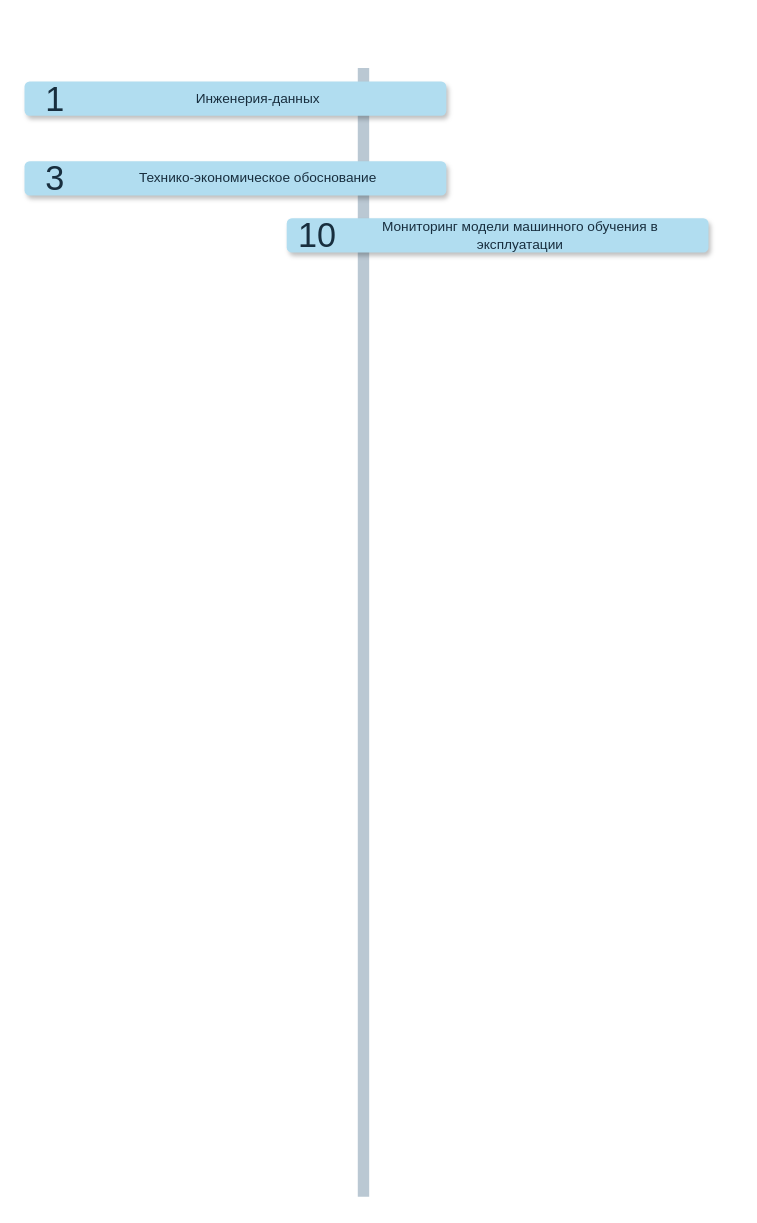
This is Этап Прогнозирования.drawio from RuslanKudarov/diagrams, a draw.io file, before an edit. Source tidied: cells renumbered, new cells numbered last; positions are measured from the earlier drawing's top-left corner, leaving out a move shared by most shapes. Both pictures are drawn from the tidied source at 114%, with x=0, y=0 at pixel (24, 67).
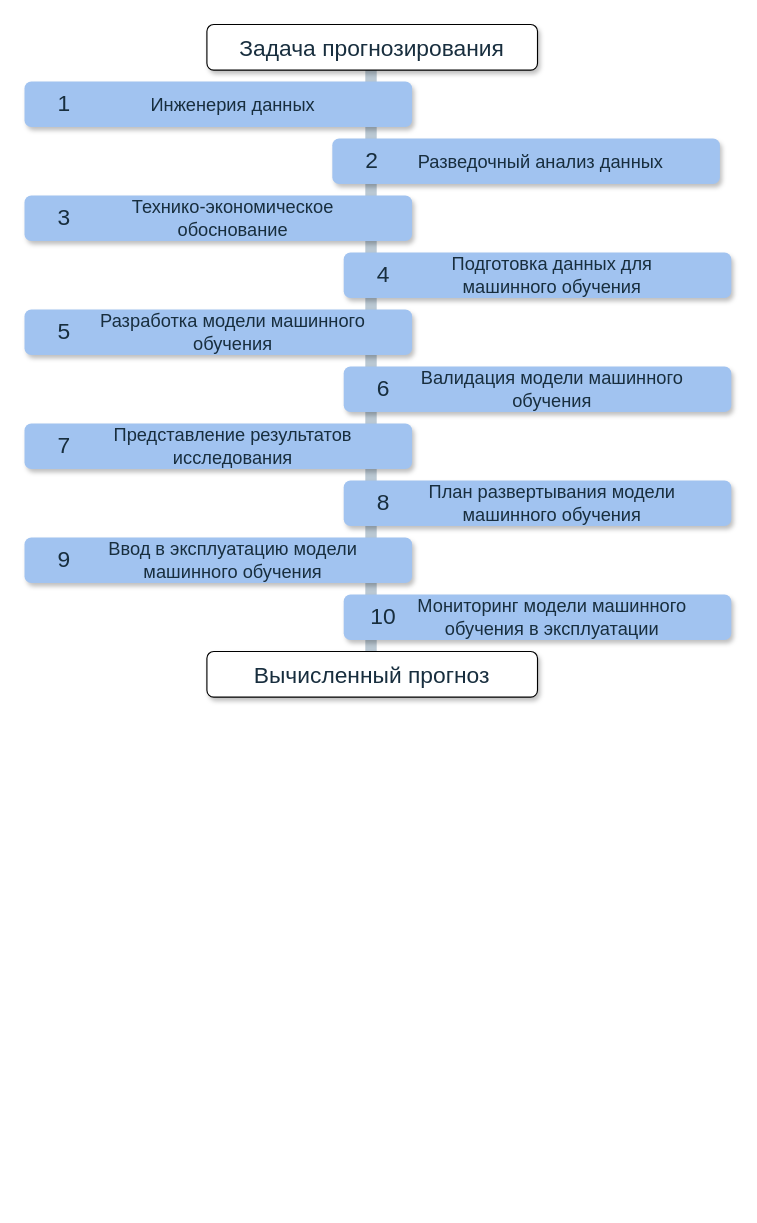
The same page after the edit.

The edit, as a diff of the source:
```diff
@@
     <mxCell id="2" style="line;strokeWidth=10;direction=south;html=1;fillColor=none;fontSize=13;fontColor=#182E3E;align=center;strokeColor=#BAC8D3;labelBackgroundColor=none;" parent="1" vertex="1">
-      <mxGeometry x="293.4" y="0.1" width="7.9" height="990.2" as="geometry" />
+      <mxGeometry x="300" y="0.1" width="7.9" height="521.9" as="geometry" />
     </mxCell>
-    <mxCell id="3" style="rounded=1;whiteSpace=wrap;html=1;strokeColor=none;strokeWidth=1;fillColor=#B1DDF0;fontSize=13;fontColor=#182E3E;align=center;gradientDirection=east;verticalAlign=top;shadow=1;labelBackgroundColor=none;" parent="1" vertex="1">
-      <mxGeometry x="230" y="132" width="370" height="30" as="geometry" />
-    </mxCell>
+    <mxCell id="12" style="rounded=1;whiteSpace=wrap;html=1;strokeColor=none;strokeWidth=1;fillColor=#A1C3F0;fontSize=13;fontColor=#182E3E;align=center;gradientDirection=east;verticalAlign=top;shadow=1;labelBackgroundColor=none;" parent="1" vertex="1">
+      <mxGeometry x="280" y="462" width="340" height="40" as="geometry" />
+    </mxCell>
-    <mxCell id="4" value="10" style="text;html=1;strokeColor=none;fillColor=none;align=center;verticalAlign=middle;whiteSpace=wrap;fontSize=30;fontColor=#182E3E;labelBackgroundColor=none;fontFamily=Calibri;" parent="1" vertex="1">
-      <mxGeometry x="237.3" y="137" width="40" height="20" as="geometry" />
+    <mxCell id="4" value="10" style="text;html=1;strokeColor=none;fillColor=none;align=center;verticalAlign=middle;whiteSpace=wrap;fontSize=20;fontColor=#182E3E;labelBackgroundColor=none;fontFamily=Calibri;" parent="1" vertex="1">
+      <mxGeometry x="290" y="462" width="50" height="35" as="geometry" />
     </mxCell>
-    <mxCell id="5" value="Мониторинг модели машинного обучения в эксплуатации" style="text;strokeColor=none;align=center;fillColor=none;html=1;verticalAlign=middle;whiteSpace=wrap;rounded=0;fontColor=#182E3E;fontFamily=Calibri;" parent="1" vertex="1">
-      <mxGeometry x="280" y="132" width="310" height="30" as="geometry" />
+    <mxCell id="5" value="Мониторинг модели машинного обучения в эксплуатации" style="text;strokeColor=none;align=center;fillColor=none;html=1;verticalAlign=middle;whiteSpace=wrap;rounded=0;fontColor=#182E3E;fontFamily=Calibri;fontSize=16;" parent="1" vertex="1">
+      <mxGeometry x="340" y="462" width="246" height="40" as="geometry" />
     </mxCell>
-    <mxCell id="6" style="rounded=1;whiteSpace=wrap;html=1;strokeColor=none;strokeWidth=1;fillColor=#B1DDF0;fontSize=13;fontColor=#182E3E;align=center;gradientDirection=east;verticalAlign=top;shadow=1;labelBackgroundColor=none;" parent="1" vertex="1">
-      <mxGeometry y="82" width="370" height="30" as="geometry" />
-    </mxCell>
+    <mxCell id="13" style="rounded=1;whiteSpace=wrap;html=1;strokeColor=default;strokeWidth=1;fillColor=default;fontSize=13;fontColor=#182E3E;align=center;gradientDirection=east;verticalAlign=top;shadow=1;labelBackgroundColor=none;" parent="1" vertex="1">
+      <mxGeometry x="160" y="512" width="290" height="40" as="geometry" />
+    </mxCell>
+    <mxCell id="14" value="Вычисленный прогноз" style="text;html=1;strokeColor=none;fillColor=none;align=center;verticalAlign=middle;whiteSpace=wrap;fontSize=20;fontColor=#182E3E;labelBackgroundColor=none;fontFamily=Calibri;" parent="1" vertex="1">
+      <mxGeometry x="160" y="512" width="290" height="40" as="geometry" />
+    </mxCell>
+    <mxCell id="15" style="rounded=1;whiteSpace=wrap;html=1;strokeColor=none;strokeWidth=1;fillColor=#A1C3F0;fontSize=13;fontColor=#182E3E;align=center;gradientDirection=east;verticalAlign=top;shadow=1;labelBackgroundColor=none;" parent="1" vertex="1">
+      <mxGeometry y="12" width="340" height="40" as="geometry" />
+    </mxCell>
+    <mxCell id="10" value="1" style="text;html=1;strokeColor=none;fillColor=none;align=center;verticalAlign=middle;whiteSpace=wrap;fontSize=20;fontColor=#182E3E;labelBackgroundColor=none;fontFamily=Calibri;" parent="1" vertex="1">
+      <mxGeometry x="10" y="12" width="50" height="35" as="geometry" />
+    </mxCell>
+    <mxCell id="16" value="Инженерия данных" style="text;strokeColor=none;align=center;fillColor=none;html=1;verticalAlign=middle;whiteSpace=wrap;rounded=0;fontColor=#182E3E;fontFamily=Calibri;fontSize=16;" parent="1" vertex="1">
+      <mxGeometry x="60" y="12" width="246" height="40" as="geometry" />
+    </mxCell>
+    <mxCell id="17" style="rounded=1;whiteSpace=wrap;html=1;strokeColor=default;strokeWidth=1;fillColor=default;fontSize=13;fontColor=#182E3E;align=center;gradientDirection=east;verticalAlign=top;shadow=1;labelBackgroundColor=none;" parent="1" vertex="1">
+      <mxGeometry x="160" y="-38" width="290" height="40" as="geometry" />
+    </mxCell>
+    <mxCell id="18" value="Задача прогнозирования" style="text;html=1;strokeColor=none;fillColor=none;align=center;verticalAlign=middle;whiteSpace=wrap;fontSize=20;fontColor=#182E3E;labelBackgroundColor=none;fontFamily=Calibri;" parent="1" vertex="1">
+      <mxGeometry x="160" y="-38" width="290" height="40" as="geometry" />
+    </mxCell>
+    <mxCell id="19" style="rounded=1;whiteSpace=wrap;html=1;strokeColor=none;strokeWidth=1;fillColor=#A1C3F0;fontSize=13;fontColor=#182E3E;align=center;gradientDirection=east;verticalAlign=top;shadow=1;labelBackgroundColor=none;" parent="1" vertex="1">
+      <mxGeometry x="270" y="62" width="340" height="40" as="geometry" />
+    </mxCell>
+    <mxCell id="20" value="2" style="text;html=1;strokeColor=none;fillColor=none;align=center;verticalAlign=middle;whiteSpace=wrap;fontSize=20;fontColor=#182E3E;labelBackgroundColor=none;fontFamily=Calibri;" parent="1" vertex="1">
+      <mxGeometry x="280" y="62" width="50" height="35" as="geometry" />
+    </mxCell>
+    <mxCell id="21" value="Разведочный анализ данных" style="text;strokeColor=none;align=center;fillColor=none;html=1;verticalAlign=middle;whiteSpace=wrap;rounded=0;fontColor=#182E3E;fontFamily=Calibri;fontSize=16;" parent="1" vertex="1">
+      <mxGeometry x="330" y="62" width="246" height="40" as="geometry" />
+    </mxCell>
+    <mxCell id="22" style="rounded=1;whiteSpace=wrap;html=1;strokeColor=none;strokeWidth=1;fillColor=#A1C3F0;fontSize=13;fontColor=#182E3E;align=center;gradientDirection=east;verticalAlign=top;shadow=1;labelBackgroundColor=none;" parent="1" vertex="1">
+      <mxGeometry y="112" width="340" height="40" as="geometry" />
+    </mxCell>
-    <mxCell id="7" value="3" style="text;html=1;strokeColor=none;fillColor=none;align=center;verticalAlign=middle;whiteSpace=wrap;fontSize=30;fontColor=#182E3E;labelBackgroundColor=none;fontFamily=Calibri;" parent="1" vertex="1">
-      <mxGeometry x="7.3" y="87" width="40" height="20" as="geometry" />
+    <mxCell id="7" value="3" style="text;html=1;strokeColor=none;fillColor=none;align=center;verticalAlign=middle;whiteSpace=wrap;fontSize=20;fontColor=#182E3E;labelBackgroundColor=none;fontFamily=Calibri;" parent="1" vertex="1">
+      <mxGeometry x="10" y="112" width="50" height="35" as="geometry" />
     </mxCell>
-    <mxCell id="8" value="Технико-экономическое обоснование" style="text;strokeColor=none;align=center;fillColor=none;html=1;verticalAlign=middle;whiteSpace=wrap;rounded=0;fontColor=#182E3E;fontFamily=Calibri;" parent="1" vertex="1">
-      <mxGeometry x="50" y="82" width="310" height="30" as="geometry" />
+    <mxCell id="8" value="Технико-экономическое обоснование" style="text;strokeColor=none;align=center;fillColor=none;html=1;verticalAlign=middle;whiteSpace=wrap;rounded=0;fontColor=#182E3E;fontFamily=Calibri;fontSize=16;" parent="1" vertex="1">
+      <mxGeometry x="60" y="112" width="246" height="40" as="geometry" />
     </mxCell>
-    <mxCell id="9" style="rounded=1;whiteSpace=wrap;html=1;strokeColor=none;strokeWidth=1;fillColor=#B1DDF0;fontSize=13;fontColor=#182E3E;align=center;gradientDirection=east;verticalAlign=top;shadow=1;labelBackgroundColor=none;" parent="1" vertex="1">
-      <mxGeometry y="12" width="370" height="30" as="geometry" />
-    </mxCell>
-    <mxCell id="10" value="1" style="text;html=1;strokeColor=none;fillColor=none;align=center;verticalAlign=middle;whiteSpace=wrap;fontSize=30;fontColor=#182E3E;labelBackgroundColor=none;fontFamily=Calibri;" parent="1" vertex="1">
-      <mxGeometry x="7.3" y="17" width="40" height="20" as="geometry" />
-    </mxCell>
-    <mxCell id="11" value="Инженерия-данных" style="text;strokeColor=none;align=center;fillColor=none;html=1;verticalAlign=middle;whiteSpace=wrap;rounded=0;fontColor=#182E3E;fontFamily=Calibri;" parent="1" vertex="1">
-      <mxGeometry x="50" y="12" width="310" height="30" as="geometry" />
-    </mxCell>
+    <mxCell id="23" style="rounded=1;whiteSpace=wrap;html=1;strokeColor=none;strokeWidth=1;fillColor=#A1C3F0;fontSize=13;fontColor=#182E3E;align=center;gradientDirection=east;verticalAlign=top;shadow=1;labelBackgroundColor=none;" parent="1" vertex="1">
+      <mxGeometry x="280" y="162" width="340" height="40" as="geometry" />
+    </mxCell>
+    <mxCell id="24" value="4" style="text;html=1;strokeColor=none;fillColor=none;align=center;verticalAlign=middle;whiteSpace=wrap;fontSize=20;fontColor=#182E3E;labelBackgroundColor=none;fontFamily=Calibri;" parent="1" vertex="1">
+      <mxGeometry x="290" y="162" width="50" height="35" as="geometry" />
+    </mxCell>
+    <mxCell id="25" value="Подготовка данных для машинного обучения" style="text;strokeColor=none;align=center;fillColor=none;html=1;verticalAlign=middle;whiteSpace=wrap;rounded=0;fontColor=#182E3E;fontFamily=Calibri;fontSize=16;" parent="1" vertex="1">
+      <mxGeometry x="340" y="162" width="246" height="40" as="geometry" />
+    </mxCell>
+    <mxCell id="26" style="rounded=1;whiteSpace=wrap;html=1;strokeColor=none;strokeWidth=1;fillColor=#A1C3F0;fontSize=13;fontColor=#182E3E;align=center;gradientDirection=east;verticalAlign=top;shadow=1;labelBackgroundColor=none;" parent="1" vertex="1">
+      <mxGeometry y="212" width="340" height="40" as="geometry" />
+    </mxCell>
+    <mxCell id="27" value="5" style="text;html=1;strokeColor=none;fillColor=none;align=center;verticalAlign=middle;whiteSpace=wrap;fontSize=20;fontColor=#182E3E;labelBackgroundColor=none;fontFamily=Calibri;" parent="1" vertex="1">
+      <mxGeometry x="10" y="212" width="50" height="35" as="geometry" />
+    </mxCell>
+    <mxCell id="28" value="Разработка модели машинного обучения" style="text;strokeColor=none;align=center;fillColor=none;html=1;verticalAlign=middle;whiteSpace=wrap;rounded=0;fontColor=#182E3E;fontFamily=Calibri;fontSize=16;" parent="1" vertex="1">
+      <mxGeometry x="60" y="212" width="246" height="40" as="geometry" />
+    </mxCell>
+    <mxCell id="29" style="rounded=1;whiteSpace=wrap;html=1;strokeColor=none;strokeWidth=1;fillColor=#A1C3F0;fontSize=13;fontColor=#182E3E;align=center;gradientDirection=east;verticalAlign=top;shadow=1;labelBackgroundColor=none;" parent="1" vertex="1">
+      <mxGeometry x="280" y="262" width="340" height="40" as="geometry" />
+    </mxCell>
+    <mxCell id="30" value="6" style="text;html=1;strokeColor=none;fillColor=none;align=center;verticalAlign=middle;whiteSpace=wrap;fontSize=20;fontColor=#182E3E;labelBackgroundColor=none;fontFamily=Calibri;" parent="1" vertex="1">
+      <mxGeometry x="290" y="262" width="50" height="35" as="geometry" />
+    </mxCell>
+    <mxCell id="31" value="Валидация модели машинного обучения" style="text;strokeColor=none;align=center;fillColor=none;html=1;verticalAlign=middle;whiteSpace=wrap;rounded=0;fontColor=#182E3E;fontFamily=Calibri;fontSize=16;" parent="1" vertex="1">
+      <mxGeometry x="340" y="262" width="246" height="40" as="geometry" />
+    </mxCell>
+    <mxCell id="32" style="rounded=1;whiteSpace=wrap;html=1;strokeColor=none;strokeWidth=1;fillColor=#A1C3F0;fontSize=13;fontColor=#182E3E;align=center;gradientDirection=east;verticalAlign=top;shadow=1;labelBackgroundColor=none;" parent="1" vertex="1">
+      <mxGeometry y="312" width="340" height="40" as="geometry" />
+    </mxCell>
+    <mxCell id="33" value="7" style="text;html=1;strokeColor=none;fillColor=none;align=center;verticalAlign=middle;whiteSpace=wrap;fontSize=20;fontColor=#182E3E;labelBackgroundColor=none;fontFamily=Calibri;" parent="1" vertex="1">
+      <mxGeometry x="10" y="312" width="50" height="35" as="geometry" />
+    </mxCell>
+    <mxCell id="34" value="Представление результатов исследования" style="text;strokeColor=none;align=center;fillColor=none;html=1;verticalAlign=middle;whiteSpace=wrap;rounded=0;fontColor=#182E3E;fontFamily=Calibri;fontSize=16;" parent="1" vertex="1">
+      <mxGeometry x="60" y="312" width="246" height="40" as="geometry" />
+    </mxCell>
+    <mxCell id="35" style="rounded=1;whiteSpace=wrap;html=1;strokeColor=none;strokeWidth=1;fillColor=#A1C3F0;fontSize=13;fontColor=#182E3E;align=center;gradientDirection=east;verticalAlign=top;shadow=1;labelBackgroundColor=none;" parent="1" vertex="1">
+      <mxGeometry x="280" y="362" width="340" height="40" as="geometry" />
+    </mxCell>
+    <mxCell id="36" value="8" style="text;html=1;strokeColor=none;fillColor=none;align=center;verticalAlign=middle;whiteSpace=wrap;fontSize=20;fontColor=#182E3E;labelBackgroundColor=none;fontFamily=Calibri;" parent="1" vertex="1">
+      <mxGeometry x="290" y="362" width="50" height="35" as="geometry" />
+    </mxCell>
+    <mxCell id="37" value="План развертывания модели машинного обучения" style="text;strokeColor=none;align=center;fillColor=none;html=1;verticalAlign=middle;whiteSpace=wrap;rounded=0;fontColor=#182E3E;fontFamily=Calibri;fontSize=16;" parent="1" vertex="1">
+      <mxGeometry x="340" y="362" width="246" height="40" as="geometry" />
+    </mxCell>
+    <mxCell id="38" style="rounded=1;whiteSpace=wrap;html=1;strokeColor=none;strokeWidth=1;fillColor=#A1C3F0;fontSize=13;fontColor=#182E3E;align=center;gradientDirection=east;verticalAlign=top;shadow=1;labelBackgroundColor=none;" parent="1" vertex="1">
+      <mxGeometry y="412" width="340" height="40" as="geometry" />
+    </mxCell>
+    <mxCell id="39" value="9" style="text;html=1;strokeColor=none;fillColor=none;align=center;verticalAlign=middle;whiteSpace=wrap;fontSize=20;fontColor=#182E3E;labelBackgroundColor=none;fontFamily=Calibri;" parent="1" vertex="1">
+      <mxGeometry x="10" y="412" width="50" height="35" as="geometry" />
+    </mxCell>
+    <mxCell id="40" value="Ввод в эксплуатацию модели машинного обучения" style="text;strokeColor=none;align=center;fillColor=none;html=1;verticalAlign=middle;whiteSpace=wrap;rounded=0;fontColor=#182E3E;fontFamily=Calibri;fontSize=16;" parent="1" vertex="1">
+      <mxGeometry x="60" y="412" width="246" height="40" as="geometry" />
+    </mxCell>
```
